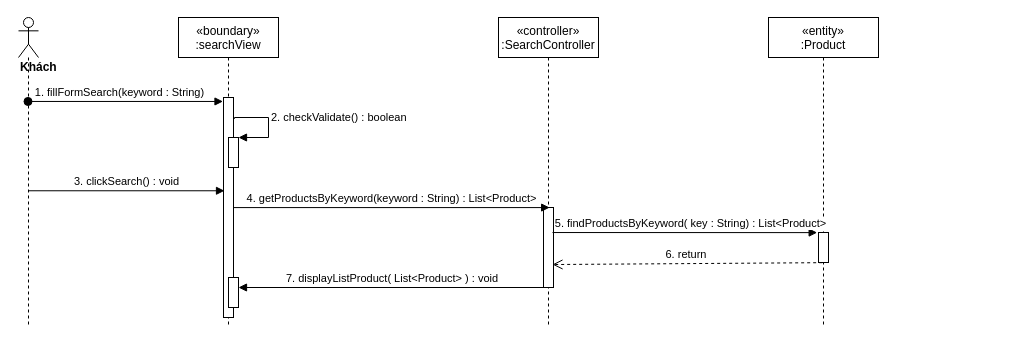
Before: sequence diagram/search-product-sequence.drawio in nguyenphamvan/datn_20202, a draw.io diagram. Source tidied: cells renumbered, new cells numbered last; positions are measured from the earlier drawing's top-left corner, leaving out a move shared by most shapes. Both pictures are drawn from the tidied source at 100%, with x=0, y=0 at pixel (18, 17).
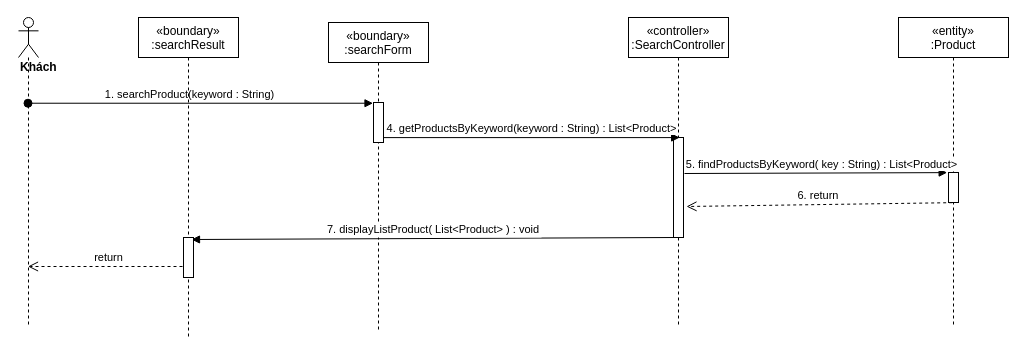
Above is the later version.

The change refers to these unchanged cells:
```xml
<mxCell id="8" value="&lt;div&gt;&lt;b&gt;Khách&lt;/b&gt;&lt;/div&gt;" style="shape=umlLifeline;participant=umlActor;perimeter=lifelinePerimeter;whiteSpace=wrap;html=1;verticalAlign=top;spacingTop=36;outlineConnect=0;align=left;" parent="1" vertex="1">
  <mxGeometry width="20" height="310" as="geometry" />
</mxCell>
```

What changed in the source:
```diff
@@
-    <mxCell id="2" value="«boundary»&#10;:searchView" style="shape=umlLifeline;perimeter=lifelinePerimeter;rounded=0;shadow=0;strokeWidth=1;" parent="1" vertex="1">
-      <mxGeometry x="160" width="100" height="310" as="geometry" />
+    <mxCell id="2" value="«boundary»&#10;:searchForm" style="shape=umlLifeline;perimeter=lifelinePerimeter;rounded=0;shadow=0;strokeWidth=1;" parent="1" vertex="1">
+      <mxGeometry x="310" y="5" width="100" height="310" as="geometry" />
     </mxCell>
     <mxCell id="3" style="points=[];perimeter=orthogonalPerimeter;rounded=0;shadow=0;strokeWidth=1;" parent="2" vertex="1">
-      <mxGeometry x="45" y="80" width="10" height="220" as="geometry" />
+      <mxGeometry x="45" y="80" width="10" height="40" as="geometry" />
     </mxCell>
-    <mxCell id="4" style="html=1;points=[];perimeter=orthogonalPerimeter;" parent="2" vertex="1">
-      <mxGeometry x="50" y="120" width="10" height="30" as="geometry" />
-    </mxCell>
-    <mxCell id="5" value="2. checkValidate() : boolean" style="edgeStyle=orthogonalEdgeStyle;html=1;align=left;spacingLeft=2;endArrow=block;rounded=0;entryX=1;entryY=0;exitX=1;exitY=0.088;exitDx=0;exitDy=0;exitPerimeter=0;" parent="2" edge="1" source="3" target="4">
-      <mxGeometry x="-0.16" relative="1" as="geometry">
-        <Array as="points">
-          <mxPoint x="56" y="101" />
-          <mxPoint x="56" y="100" />
-          <mxPoint x="90" y="100" />
-          <mxPoint x="90" y="120" />
-        </Array>
-      </mxGeometry>
-    </mxCell>
     <mxCell id="6" value="«controller»&#10;:SearchController" style="shape=umlLifeline;perimeter=lifelinePerimeter;rounded=0;shadow=0;strokeWidth=1;" parent="1" vertex="1">
-      <mxGeometry x="480" width="100" height="310" as="geometry" />
+      <mxGeometry x="610" width="100" height="310" as="geometry" />
     </mxCell>
     <mxCell id="7" style="points=[];perimeter=orthogonalPerimeter;rounded=0;shadow=0;strokeWidth=1;" parent="6" vertex="1">
-      <mxGeometry x="45" y="190" width="10" height="80" as="geometry" />
+      <mxGeometry x="45" y="120" width="10" height="100" as="geometry" />
     </mxCell>
@@
-    <mxCell id="9" value="1. fillFormSearch(keyword : String)" style="verticalAlign=bottom;startArrow=oval;endArrow=block;startSize=8;shadow=0;strokeWidth=1;entryX=-0.05;entryY=0.018;entryDx=0;entryDy=0;entryPerimeter=0;" parent="1" edge="1" source="8" target="3">
+    <mxCell id="9" value="1. searchProduct(keyword : String)" style="verticalAlign=bottom;startArrow=oval;endArrow=block;startSize=8;shadow=0;strokeWidth=1;entryX=-0.05;entryY=0.018;entryDx=0;entryDy=0;entryPerimeter=0;" parent="1" edge="1" source="8" target="3">
       <mxGeometry x="-0.06" relative="1" as="geometry" />
     </mxCell>
@@
     <mxCell id="11" value="«entity»&#10;:Product" style="shape=umlLifeline;perimeter=lifelinePerimeter;rounded=0;shadow=0;strokeWidth=1;" parent="1" vertex="1">
-      <mxGeometry x="750" width="110" height="310" as="geometry" />
+      <mxGeometry x="880" width="110" height="310" as="geometry" />
     </mxCell>
     <mxCell id="12" style="points=[];perimeter=orthogonalPerimeter;rounded=0;shadow=0;strokeWidth=1;" parent="11" vertex="1">
-      <mxGeometry x="50" y="215" width="10" height="30" as="geometry" />
+      <mxGeometry x="50" y="155" width="10" height="30" as="geometry" />
     </mxCell>
-    <mxCell id="13" value="5. findProductsByKeyword( key : String) : List&amp;lt;Product&amp;gt;" style="html=1;verticalAlign=bottom;endArrow=block;entryX=-0.133;entryY=0.004;entryDx=0;entryDy=0;entryPerimeter=0;exitX=0.9;exitY=0.313;exitDx=0;exitDy=0;exitPerimeter=0;" parent="1" edge="1" source="7" target="12">
+    <mxCell id="13" value="5. findProductsByKeyword( key : String) : List&amp;lt;Product&amp;gt;" style="html=1;verticalAlign=bottom;endArrow=block;entryX=-0.133;entryY=0.004;entryDx=0;entryDy=0;entryPerimeter=0;exitX=1.1;exitY=0.36;exitDx=0;exitDy=0;exitPerimeter=0;" parent="1" edge="1" source="7" target="12">
       <mxGeometry x="0.04" relative="1" as="geometry" />
     </mxCell>
-    <mxCell id="14" value="6. return&amp;nbsp;" style="html=1;verticalAlign=bottom;endArrow=open;dashed=1;endSize=8;exitX=0.367;exitY=1.006;exitDx=0;exitDy=0;exitPerimeter=0;entryX=0.9;entryY=0.713;entryDx=0;entryDy=0;entryPerimeter=0;" parent="1" edge="1" source="12" target="7">
+    <mxCell id="14" value="6. return&amp;nbsp;" style="html=1;verticalAlign=bottom;endArrow=open;dashed=1;endSize=8;exitX=0.367;exitY=1.006;exitDx=0;exitDy=0;exitPerimeter=0;entryX=1.3;entryY=0.69;entryDx=0;entryDy=0;entryPerimeter=0;" parent="1" edge="1" source="12" target="7">
       <mxGeometry relative="1" as="geometry" />
     </mxCell>
-    <mxCell id="15" value="7. displayListProduct( List&lt;Product&gt; ) : void" style="verticalAlign=bottom;endArrow=block;shadow=0;strokeWidth=1;exitX=0.3;exitY=1;exitDx=0;exitDy=0;exitPerimeter=0;" parent="1" edge="1" source="7" target="16">
+    <mxCell id="15" value="7. displayListProduct( List&lt;Product&gt; ) : void" style="verticalAlign=bottom;endArrow=block;shadow=0;strokeWidth=1;exitX=0.3;exitY=1;exitDx=0;exitDy=0;exitPerimeter=0;entryX=0.8;entryY=0.05;entryDx=0;entryDy=0;entryPerimeter=0;" parent="1" edge="1" source="7" target="20">
       <mxGeometry relative="1" as="geometry" />
     </mxCell>
-    <mxCell id="16" style="html=1;points=[];perimeter=orthogonalPerimeter;" parent="1" vertex="1">
-      <mxGeometry x="210" y="260" width="10" height="30" as="geometry" />
-    </mxCell>
-    <mxCell id="17" value="3. clickSearch() : void" style="html=1;verticalAlign=bottom;endArrow=block;entryX=0.1;entryY=0.424;entryDx=0;entryDy=0;entryPerimeter=0;" parent="1" edge="1" source="8" target="3">
-      <mxGeometry relative="1" as="geometry" />
-    </mxCell>
+    <mxCell id="18" value="«boundary»&#10;:searchResult" style="shape=umlLifeline;perimeter=lifelinePerimeter;rounded=0;shadow=0;strokeWidth=1;" parent="1" vertex="1">
+      <mxGeometry x="120" width="100" height="320" as="geometry" />
+    </mxCell>
+    <mxCell id="19" value="return" style="html=1;verticalAlign=bottom;endArrow=open;dashed=1;endSize=8;exitX=0.5;exitY=0.725;exitDx=0;exitDy=0;exitPerimeter=0;" parent="1" edge="1" source="20" target="8">
+      <mxGeometry relative="1" as="geometry" />
+    </mxCell>
+    <mxCell id="20" style="html=1;points=[];perimeter=orthogonalPerimeter;" parent="1" vertex="1">
+      <mxGeometry x="165" y="220" width="10" height="40" as="geometry" />
+    </mxCell>
```
